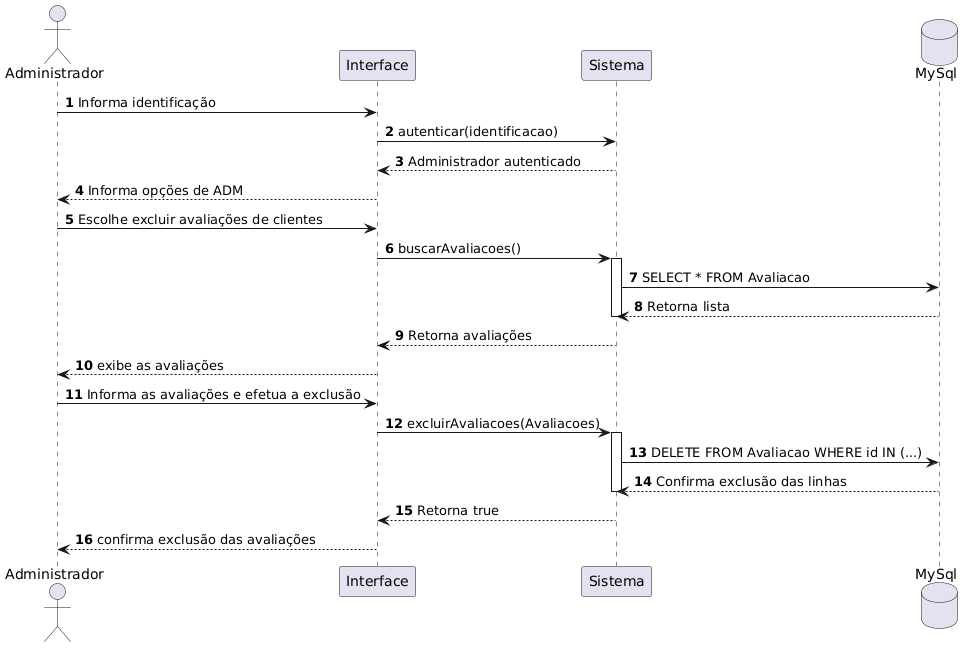
Gnunes27/Projeto-DSC keeps this PlantUML diagram as Documentação/Diagramas/Diagramas de Sequencia/UC7.png. Above is the earlier version.
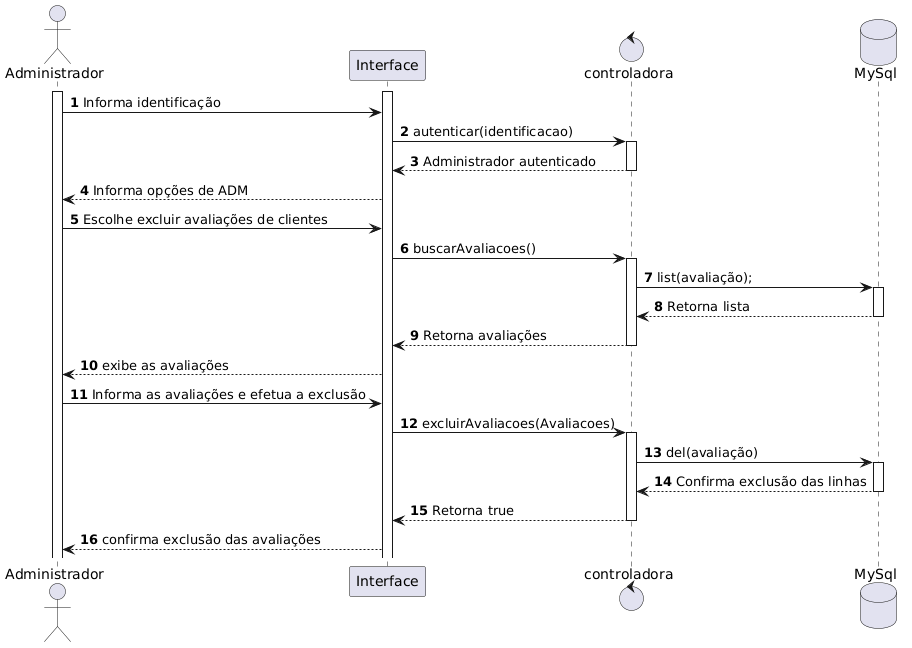
The same file after the commit.

Diff of the diagram source:
```diff
@@ -3,31 +3,39 @@
 
 actor "Administrador" as Adm
 participant "Interface" as Tela
-participant "Sistema" as Sis
+control "controladora" as Sis
 database "MySql" as BD
 
+activate Adm
+activate Tela
 
 Adm -> Tela: Informa identificação
 Tela -> Sis: autenticar(identificacao)
+activate Sis
 Sis --> Tela: Administrador autenticado
+deactivate Sis
 Tela --> Adm: Informa opções de ADM
 
 Adm -> Tela: Escolhe excluir avaliações de clientes
 Tela -> Sis: buscarAvaliacoes()
 activate Sis
-Sis -> BD: SELECT * FROM Avaliacao
+Sis -> BD: list(avaliação);
+activate BD
 BD --> Sis: Retorna lista
+deactivate BD
+Sis --> Tela: Retorna avaliações
 deactivate Sis
-Sis --> Tela: Retorna avaliações
 Tela --> Adm: exibe as avaliações
 
 Adm -> Tela: Informa as avaliações e efetua a exclusão
 Tela -> Sis: excluirAvaliacoes(Avaliacoes)
 activate Sis
-Sis -> BD: DELETE FROM Avaliacao WHERE id IN (...)
+Sis -> BD: del(avaliação)
+activate BD
 BD --> Sis: Confirma exclusão das linhas
-deactivate Sis
+deactivate BD
 
 Sis --> Tela: Retorna true
+deactivate Sis
 Tela --> Adm: confirma exclusão das avaliações
 @enduml
```
